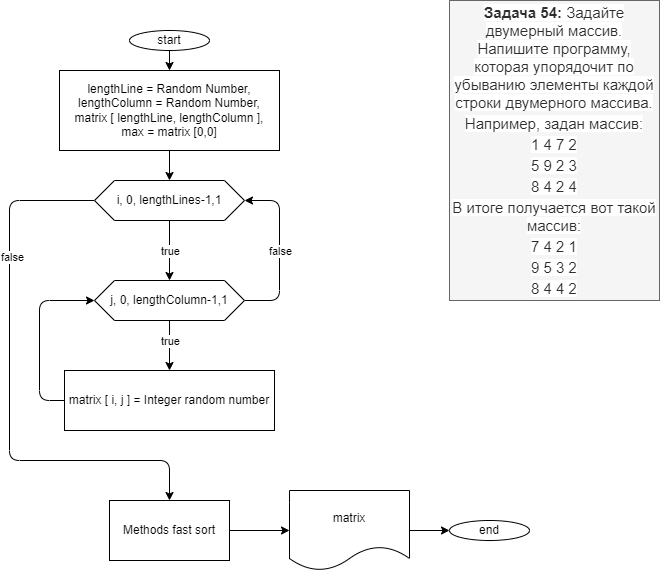
Before: Seminar_8/Algori.drawio.png, a diagram exported from draw.io (AlexKleimon/CSharp_HomeWork). Source tidied: cells renumbered, new cells last; positions are measured from the earlier drawing's top-left corner, leaving out a move shared by most shapes. Its diagram source:
```xml
<mxGraphModel>
  <root>
    <mxCell id="0" />
    <mxCell id="1" parent="0" />
    <mxCell id="2" value="&lt;span style=&quot;box-sizing: border-box ; font-weight: 700 ; color: rgb(44 , 45 , 48) ; font-family: &amp;#34;roboto&amp;#34; , &amp;#34;san francisco&amp;#34; , &amp;#34;helvetica neue&amp;#34; , &amp;#34;helvetica&amp;#34; , &amp;#34;arial&amp;#34; ; font-size: 15px ; background-color: rgb(255 , 255 , 255)&quot;&gt;Задача 54:&lt;/span&gt;&lt;span style=&quot;color: rgb(44 , 45 , 48) ; font-family: &amp;#34;roboto&amp;#34; , &amp;#34;san francisco&amp;#34; , &amp;#34;helvetica neue&amp;#34; , &amp;#34;helvetica&amp;#34; , &amp;#34;arial&amp;#34; ; font-size: 15px ; background-color: rgb(255 , 255 , 255)&quot;&gt;&amp;nbsp;Задайте двумерный массив. Напишите программу, которая упорядочит по убыванию элементы каждой строки двумерного массива.&lt;/span&gt;&lt;br style=&quot;box-sizing: border-box ; color: rgb(44 , 45 , 48) ; font-family: &amp;#34;roboto&amp;#34; , &amp;#34;san francisco&amp;#34; , &amp;#34;helvetica neue&amp;#34; , &amp;#34;helvetica&amp;#34; , &amp;#34;arial&amp;#34; ; font-size: 15px ; background-color: rgb(255 , 255 , 255)&quot;&gt;&lt;span style=&quot;color: rgb(44 , 45 , 48) ; font-family: &amp;#34;roboto&amp;#34; , &amp;#34;san francisco&amp;#34; , &amp;#34;helvetica neue&amp;#34; , &amp;#34;helvetica&amp;#34; , &amp;#34;arial&amp;#34; ; font-size: 15px ; background-color: rgb(255 , 255 , 255)&quot;&gt;Например, задан массив:&lt;/span&gt;&lt;br style=&quot;box-sizing: border-box ; color: rgb(44 , 45 , 48) ; font-family: &amp;#34;roboto&amp;#34; , &amp;#34;san francisco&amp;#34; , &amp;#34;helvetica neue&amp;#34; , &amp;#34;helvetica&amp;#34; , &amp;#34;arial&amp;#34; ; font-size: 15px ; background-color: rgb(255 , 255 , 255)&quot;&gt;&lt;span style=&quot;color: rgb(44 , 45 , 48) ; font-family: &amp;#34;roboto&amp;#34; , &amp;#34;san francisco&amp;#34; , &amp;#34;helvetica neue&amp;#34; , &amp;#34;helvetica&amp;#34; , &amp;#34;arial&amp;#34; ; font-size: 15px ; background-color: rgb(255 , 255 , 255)&quot;&gt;1 4 7 2&lt;/span&gt;&lt;br style=&quot;box-sizing: border-box ; color: rgb(44 , 45 , 48) ; font-family: &amp;#34;roboto&amp;#34; , &amp;#34;san francisco&amp;#34; , &amp;#34;helvetica neue&amp;#34; , &amp;#34;helvetica&amp;#34; , &amp;#34;arial&amp;#34; ; font-size: 15px ; background-color: rgb(255 , 255 , 255)&quot;&gt;&lt;span style=&quot;color: rgb(44 , 45 , 48) ; font-family: &amp;#34;roboto&amp;#34; , &amp;#34;san francisco&amp;#34; , &amp;#34;helvetica neue&amp;#34; , &amp;#34;helvetica&amp;#34; , &amp;#34;arial&amp;#34; ; font-size: 15px ; background-color: rgb(255 , 255 , 255)&quot;&gt;5 9 2 3&lt;/span&gt;&lt;br style=&quot;box-sizing: border-box ; color: rgb(44 , 45 , 48) ; font-family: &amp;#34;roboto&amp;#34; , &amp;#34;san francisco&amp;#34; , &amp;#34;helvetica neue&amp;#34; , &amp;#34;helvetica&amp;#34; , &amp;#34;arial&amp;#34; ; font-size: 15px ; background-color: rgb(255 , 255 , 255)&quot;&gt;&lt;span style=&quot;color: rgb(44 , 45 , 48) ; font-family: &amp;#34;roboto&amp;#34; , &amp;#34;san francisco&amp;#34; , &amp;#34;helvetica neue&amp;#34; , &amp;#34;helvetica&amp;#34; , &amp;#34;arial&amp;#34; ; font-size: 15px ; background-color: rgb(255 , 255 , 255)&quot;&gt;8 4 2 4&lt;/span&gt;&lt;br style=&quot;box-sizing: border-box ; color: rgb(44 , 45 , 48) ; font-family: &amp;#34;roboto&amp;#34; , &amp;#34;san francisco&amp;#34; , &amp;#34;helvetica neue&amp;#34; , &amp;#34;helvetica&amp;#34; , &amp;#34;arial&amp;#34; ; font-size: 15px ; background-color: rgb(255 , 255 , 255)&quot;&gt;&lt;span style=&quot;color: rgb(44 , 45 , 48) ; font-family: &amp;#34;roboto&amp;#34; , &amp;#34;san francisco&amp;#34; , &amp;#34;helvetica neue&amp;#34; , &amp;#34;helvetica&amp;#34; , &amp;#34;arial&amp;#34; ; font-size: 15px ; background-color: rgb(255 , 255 , 255)&quot;&gt;В итоге получается вот такой массив:&lt;/span&gt;&lt;br style=&quot;box-sizing: border-box ; color: rgb(44 , 45 , 48) ; font-family: &amp;#34;roboto&amp;#34; , &amp;#34;san francisco&amp;#34; , &amp;#34;helvetica neue&amp;#34; , &amp;#34;helvetica&amp;#34; , &amp;#34;arial&amp;#34; ; font-size: 15px ; background-color: rgb(255 , 255 , 255)&quot;&gt;&lt;span style=&quot;color: rgb(44 , 45 , 48) ; font-family: &amp;#34;roboto&amp;#34; , &amp;#34;san francisco&amp;#34; , &amp;#34;helvetica neue&amp;#34; , &amp;#34;helvetica&amp;#34; , &amp;#34;arial&amp;#34; ; font-size: 15px ; background-color: rgb(255 , 255 , 255)&quot;&gt;7 4 2 1&lt;/span&gt;&lt;br style=&quot;box-sizing: border-box ; color: rgb(44 , 45 , 48) ; font-family: &amp;#34;roboto&amp;#34; , &amp;#34;san francisco&amp;#34; , &amp;#34;helvetica neue&amp;#34; , &amp;#34;helvetica&amp;#34; , &amp;#34;arial&amp;#34; ; font-size: 15px ; background-color: rgb(255 , 255 , 255)&quot;&gt;&lt;span style=&quot;color: rgb(44 , 45 , 48) ; font-family: &amp;#34;roboto&amp;#34; , &amp;#34;san francisco&amp;#34; , &amp;#34;helvetica neue&amp;#34; , &amp;#34;helvetica&amp;#34; , &amp;#34;arial&amp;#34; ; font-size: 15px ; background-color: rgb(255 , 255 , 255)&quot;&gt;9 5 3 2&lt;/span&gt;&lt;br style=&quot;box-sizing: border-box ; color: rgb(44 , 45 , 48) ; font-family: &amp;#34;roboto&amp;#34; , &amp;#34;san francisco&amp;#34; , &amp;#34;helvetica neue&amp;#34; , &amp;#34;helvetica&amp;#34; , &amp;#34;arial&amp;#34; ; font-size: 15px ; background-color: rgb(255 , 255 , 255)&quot;&gt;&lt;span style=&quot;color: rgb(44 , 45 , 48) ; font-family: &amp;#34;roboto&amp;#34; , &amp;#34;san francisco&amp;#34; , &amp;#34;helvetica neue&amp;#34; , &amp;#34;helvetica&amp;#34; , &amp;#34;arial&amp;#34; ; font-size: 15px ; background-color: rgb(255 , 255 , 255)&quot;&gt;8 4 4 2&lt;/span&gt;" style="rounded=0;whiteSpace=wrap;html=1;fillColor=#f5f5f5;strokeColor=#666666;fontColor=#333333;" parent="1" vertex="1">
      <mxGeometry x="440" width="210" height="300" as="geometry" />
    </mxCell>
    <mxCell id="3" style="edgeStyle=none;html=1;entryX=0.5;entryY=0;entryDx=0;entryDy=0;" parent="1" edge="1" source="4" target="6">
      <mxGeometry relative="1" as="geometry" />
    </mxCell>
    <mxCell id="4" value="start" style="ellipse;whiteSpace=wrap;html=1;" parent="1" vertex="1">
      <mxGeometry x="120" y="30" width="80" height="20" as="geometry" />
    </mxCell>
    <mxCell id="5" style="edgeStyle=none;html=1;exitX=0.5;exitY=1;exitDx=0;exitDy=0;entryX=0.5;entryY=0;entryDx=0;entryDy=0;" parent="1" edge="1" source="6" target="11">
      <mxGeometry relative="1" as="geometry" />
    </mxCell>
    <mxCell id="6" value="lengthLine = Random Number,&lt;br&gt;lengthColumn = Random Number,&lt;br&gt;matrix [ lengthLine, lengthColumn ],&lt;br&gt;max = matrix [0,0]" style="rounded=0;whiteSpace=wrap;html=1;" parent="1" vertex="1">
      <mxGeometry x="50" y="70" width="220" height="80" as="geometry" />
    </mxCell>
    <mxCell id="7" style="edgeStyle=none;html=1;exitX=0;exitY=0.5;exitDx=0;exitDy=0;entryX=0.5;entryY=0;entryDx=0;entryDy=0;" parent="1" edge="1" source="11" target="20">
      <mxGeometry relative="1" as="geometry">
        <Array as="points">
          <mxPoint y="200" />
          <mxPoint y="460" />
          <mxPoint x="160" y="460" />
        </Array>
      </mxGeometry>
    </mxCell>
    <mxCell id="8" value="false" style="edgeLabel;html=1;align=center;verticalAlign=middle;" parent="7" vertex="1">
      <mxGeometry x="-0.37" y="2" relative="1" as="geometry">
        <mxPoint y="-31" as="offset" />
      </mxGeometry>
    </mxCell>
    <mxCell id="9" style="edgeStyle=none;html=1;exitX=0.5;exitY=1;exitDx=0;exitDy=0;entryX=0.5;entryY=0;entryDx=0;entryDy=0;" parent="1" edge="1" source="11" target="18">
      <mxGeometry relative="1" as="geometry" />
    </mxCell>
    <mxCell id="10" value="true" style="edgeLabel;html=1;align=center;verticalAlign=middle;" parent="9" vertex="1">
      <mxGeometry x="-0.43" y="3" relative="1" as="geometry">
        <mxPoint x="-3" y="13" as="offset" />
      </mxGeometry>
    </mxCell>
    <mxCell id="11" value="i, 0, lengthLines-1,1" style="shape=hexagon;perimeter=hexagonPerimeter2;whiteSpace=wrap;html=1;fixedSize=1;" parent="1" vertex="1">
      <mxGeometry x="85" y="180" width="150" height="40" as="geometry" />
    </mxCell>
    <mxCell id="12" style="edgeStyle=none;html=1;entryX=0;entryY=0.5;entryDx=0;entryDy=0;exitX=0;exitY=0.5;exitDx=0;exitDy=0;" parent="1" edge="1" source="13" target="18">
      <mxGeometry relative="1" as="geometry">
        <Array as="points">
          <mxPoint x="30" y="400" />
          <mxPoint x="30" y="300" />
        </Array>
      </mxGeometry>
    </mxCell>
    <mxCell id="13" value="matrix [ i, j ] = Integer random number" style="rounded=0;whiteSpace=wrap;html=1;" parent="1" vertex="1">
      <mxGeometry x="55" y="370" width="210" height="60" as="geometry" />
    </mxCell>
    <mxCell id="14" style="edgeStyle=none;html=1;exitX=0.5;exitY=1;exitDx=0;exitDy=0;entryX=0.5;entryY=0;entryDx=0;entryDy=0;" parent="1" edge="1" source="18">
      <mxGeometry relative="1" as="geometry">
        <mxPoint x="160" y="370" as="targetPoint" />
      </mxGeometry>
    </mxCell>
    <mxCell id="15" value="true" style="edgeLabel;html=1;align=center;verticalAlign=middle;" parent="14" vertex="1">
      <mxGeometry x="-0.41" y="2" relative="1" as="geometry">
        <mxPoint x="-2" y="5" as="offset" />
      </mxGeometry>
    </mxCell>
    <mxCell id="16" style="edgeStyle=none;html=1;exitX=1;exitY=0.5;exitDx=0;exitDy=0;entryX=1;entryY=0.5;entryDx=0;entryDy=0;" parent="1" edge="1" source="18" target="11">
      <mxGeometry relative="1" as="geometry">
        <Array as="points">
          <mxPoint x="270" y="300" />
          <mxPoint x="270" y="200" />
        </Array>
      </mxGeometry>
    </mxCell>
    <mxCell id="17" value="false" style="edgeLabel;html=1;align=center;verticalAlign=middle;" parent="16" vertex="1">
      <mxGeometry x="-0.22" relative="1" as="geometry">
        <mxPoint y="-19" as="offset" />
      </mxGeometry>
    </mxCell>
    <mxCell id="18" value="j, 0, lengthColumn-1,1" style="shape=hexagon;perimeter=hexagonPerimeter2;whiteSpace=wrap;html=1;fixedSize=1;" parent="1" vertex="1">
      <mxGeometry x="85" y="280" width="150" height="40" as="geometry" />
    </mxCell>
    <mxCell id="19" style="edgeStyle=none;html=1;exitX=1;exitY=0.5;exitDx=0;exitDy=0;entryX=0;entryY=0.5;entryDx=0;entryDy=0;" parent="1" edge="1" source="20" target="22">
      <mxGeometry relative="1" as="geometry" />
    </mxCell>
    <mxCell id="20" value="Methods fast sort" style="rounded=0;whiteSpace=wrap;html=1;" parent="1" vertex="1">
      <mxGeometry x="100" y="500" width="120" height="60" as="geometry" />
    </mxCell>
    <mxCell id="21" style="edgeStyle=none;html=1;exitX=1;exitY=0.5;exitDx=0;exitDy=0;entryX=0;entryY=0.5;entryDx=0;entryDy=0;" parent="1" edge="1" source="22" target="23">
      <mxGeometry relative="1" as="geometry" />
    </mxCell>
    <mxCell id="22" value="matrix" style="shape=document;whiteSpace=wrap;html=1;boundedLbl=1;" parent="1" vertex="1">
      <mxGeometry x="280" y="490" width="120" height="80" as="geometry" />
    </mxCell>
    <mxCell id="23" value="end" style="ellipse;whiteSpace=wrap;html=1;" parent="1" vertex="1">
      <mxGeometry x="440" y="520" width="80" height="20" as="geometry" />
    </mxCell>
  </root>
</mxGraphModel>
```
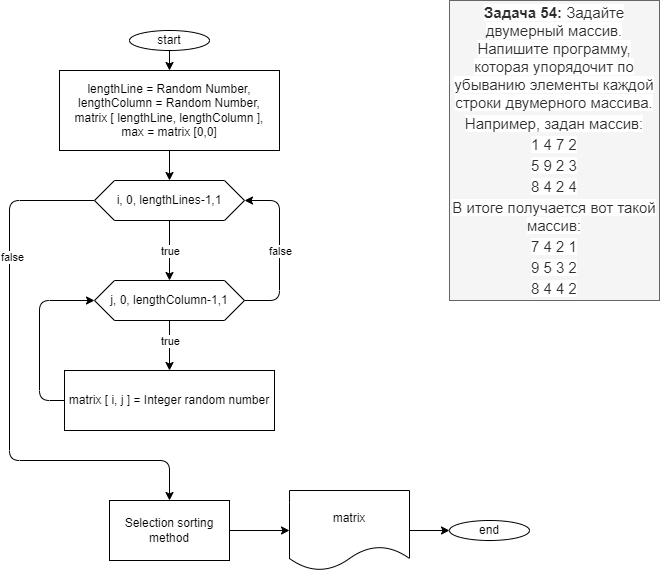
Above is the later version.

The edit, as a diff of the source:
```diff
@@ -82,7 +82,7 @@
     <mxCell id="19" style="edgeStyle=none;html=1;exitX=1;exitY=0.5;exitDx=0;exitDy=0;entryX=0;entryY=0.5;entryDx=0;entryDy=0;" parent="1" edge="1" source="20" target="22">
       <mxGeometry relative="1" as="geometry" />
     </mxCell>
-    <mxCell id="20" value="Methods fast sort" style="rounded=0;whiteSpace=wrap;html=1;" parent="1" vertex="1">
+    <mxCell id="20" value="Selection sorting method" style="rounded=0;whiteSpace=wrap;html=1;" parent="1" vertex="1">
       <mxGeometry x="100" y="500" width="120" height="60" as="geometry" />
     </mxCell>
     <mxCell id="21" style="edgeStyle=none;html=1;exitX=1;exitY=0.5;exitDx=0;exitDy=0;entryX=0;entryY=0.5;entryDx=0;entryDy=0;" parent="1" edge="1" source="22" target="23">
```
